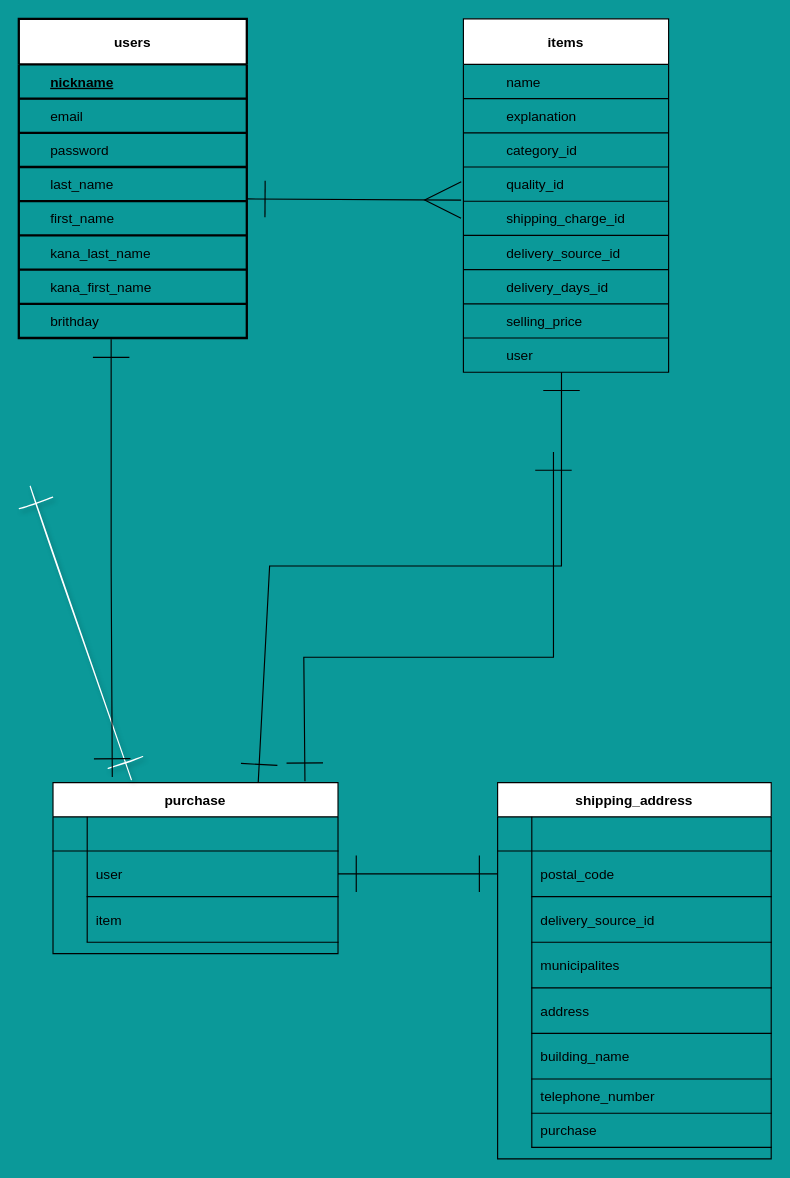
Above: test.dio in CEmi6653/furima-36068 (draw.io), before the change. Source tidied: cells renumbered, new cells numbered last; positions are measured from the earlier drawing's top-left corner, leaving out a move shared by most shapes. Both pictures are drawn from the tidied source at 114%, with x=0, y=0 at pixel (18, 18).
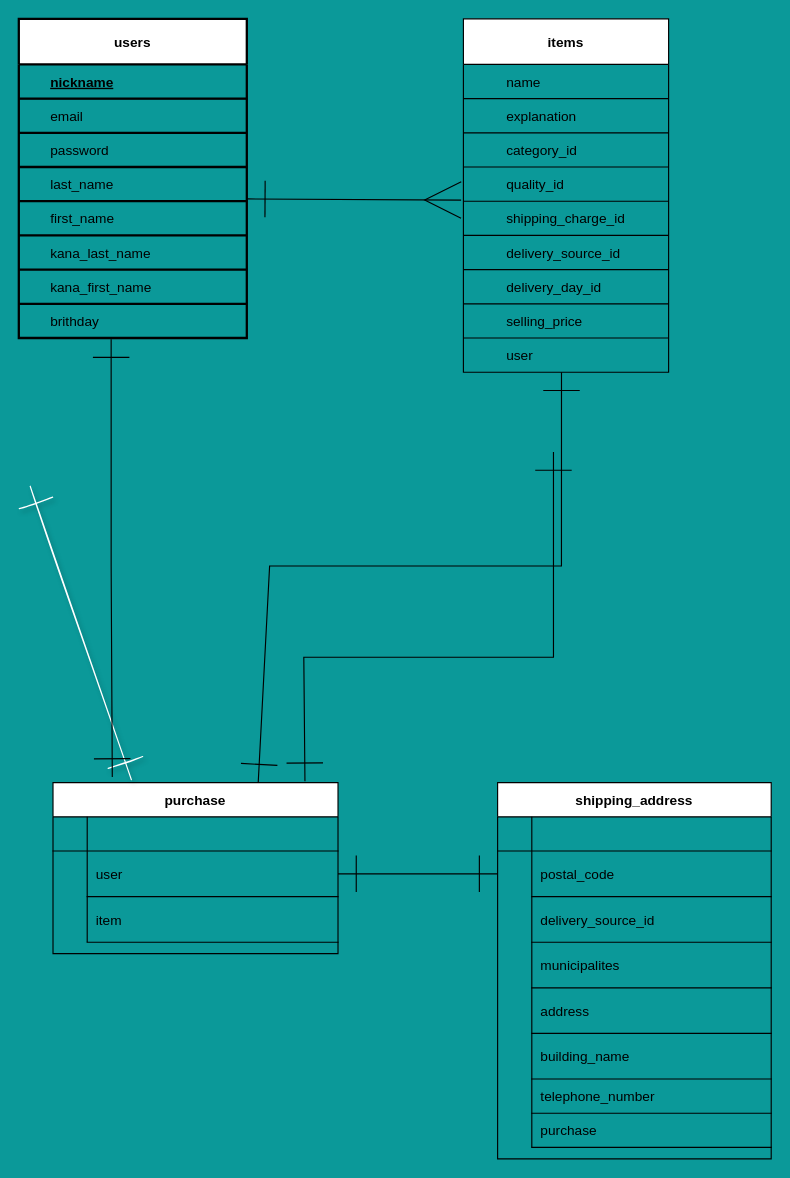
The same diagram, later.

Commit message (it also covers changes not shown here):
READMEとER図の修正

The change refers to these unchanged cells:
```xml
<mxCell id="46" style="shape=partialRectangle;fillColor=none;top=0;left=0;bottom=0;right=0;" parent="27" vertex="1">
  <mxGeometry y="220" width="180" height="30" as="geometry" />
</mxCell>
```

Change to the diagram source:
```diff
@@
-    <mxCell id="48" value="delivery_days_id" style="shape=partialRectangle;fillColor=none;top=0;left=0;bottom=0;right=0;align=left;spacingLeft=6;overflow=hidden;" parent="46" vertex="1">
+    <mxCell id="48" value="delivery_day_id" style="shape=partialRectangle;fillColor=none;top=0;left=0;bottom=0;right=0;align=left;spacingLeft=6;overflow=hidden;" parent="46" vertex="1">
       <mxGeometry x="30" width="150" height="30" as="geometry" />
     </mxCell>
```
